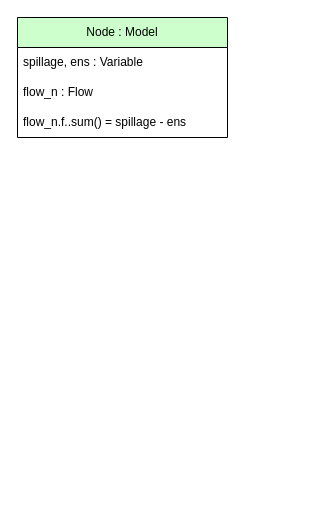
Above: models-design/model_library/node.drawio in AntaresSimulatorTeam/andromede-modeling-prototype (draw.io), before the change. Source tidied: cells renumbered, new cells numbered last; positions are measured from the earlier drawing's top-left corner, leaving out a move shared by most shapes. Both pictures are drawn from the tidied source at 100%, with x=0, y=0 at pixel (17, 17).
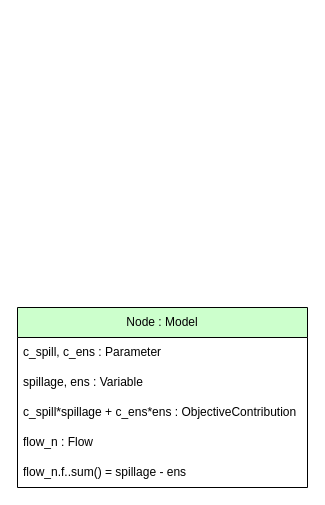
The same diagram, later.

Change to the diagram source:
```diff
@@
 <mxGraphModel>
   <root>
     <mxCell id="0" />
     <mxCell id="1" parent="0" />
-    <mxCell id="2" value="Node : Model" style="swimlane;fontStyle=0;horizontal=1;startSize=30;whiteSpace=wrap;html=1;fillColor=#CCFFCC;fontColor=#000000;" parent="1" vertex="1">
-      <mxGeometry width="210" height="120" as="geometry" />
-    </mxCell>
+    <mxCell id="5" value="Node : Model" style="swimlane;fontStyle=0;horizontal=1;startSize=30;whiteSpace=wrap;html=1;fillColor=#CCFFCC;fontColor=#000000;" parent="1" vertex="1">
+      <mxGeometry y="290" width="290" height="180" as="geometry" />
+    </mxCell>
+    <mxCell id="6" value="c_spill, c_ens : Parameter" style="text;strokeColor=none;fillColor=none;align=left;verticalAlign=middle;spacingLeft=4;spacingRight=4;overflow=hidden;whiteSpace=wrap;html=1;" parent="5" vertex="1">
+      <mxGeometry y="30" width="290" height="30" as="geometry" />
+    </mxCell>
-    <mxCell id="3" value="spillage, ens : Variable" style="text;strokeColor=none;fillColor=none;align=left;verticalAlign=middle;spacingLeft=4;spacingRight=4;overflow=hidden;whiteSpace=wrap;html=1;" parent="2" vertex="1">
-      <mxGeometry y="30" width="210" height="30" as="geometry" />
+    <mxCell id="3" value="spillage, ens : Variable" style="text;strokeColor=none;fillColor=none;align=left;verticalAlign=middle;spacingLeft=4;spacingRight=4;overflow=hidden;whiteSpace=wrap;html=1;" parent="5" vertex="1">
+      <mxGeometry y="60" width="290" height="30" as="geometry" />
     </mxCell>
+    <mxCell id="7" value="c_spill*spillage + c_ens*ens : ObjectiveContribution" style="text;strokeColor=none;fillColor=none;align=left;verticalAlign=middle;spacingLeft=4;spacingRight=4;overflow=hidden;whiteSpace=wrap;html=1;" parent="5" vertex="1">
+      <mxGeometry y="90" width="290" height="30" as="geometry" />
+    </mxCell>
-    <mxCell id="4" value="flow_n : Flow" style="text;strokeColor=none;fillColor=none;align=left;verticalAlign=middle;spacingLeft=4;spacingRight=4;overflow=hidden;whiteSpace=wrap;html=1;" parent="2" vertex="1">
-      <mxGeometry y="60" width="210" height="30" as="geometry" />
+    <mxCell id="4" value="flow_n : Flow" style="text;strokeColor=none;fillColor=none;align=left;verticalAlign=middle;spacingLeft=4;spacingRight=4;overflow=hidden;whiteSpace=wrap;html=1;" parent="5" vertex="1">
+      <mxGeometry y="120" width="290" height="30" as="geometry" />
     </mxCell>
-    <mxCell id="5" value="flow_n.f..sum() = spillage - ens" style="text;strokeColor=none;fillColor=none;align=left;verticalAlign=middle;spacingLeft=4;spacingRight=4;overflow=hidden;whiteSpace=wrap;html=1;" parent="2" vertex="1">
-      <mxGeometry y="90" width="210" height="30" as="geometry" />
-    </mxCell>
+    <mxCell id="8" value="flow_n.f..sum() = spillage - ens" style="text;strokeColor=none;fillColor=none;align=left;verticalAlign=middle;spacingLeft=4;spacingRight=4;overflow=hidden;whiteSpace=wrap;html=1;" parent="5" vertex="1">
+      <mxGeometry y="150" width="290" height="30" as="geometry" />
+    </mxCell>
   </root>
 </mxGraphModel>
```
